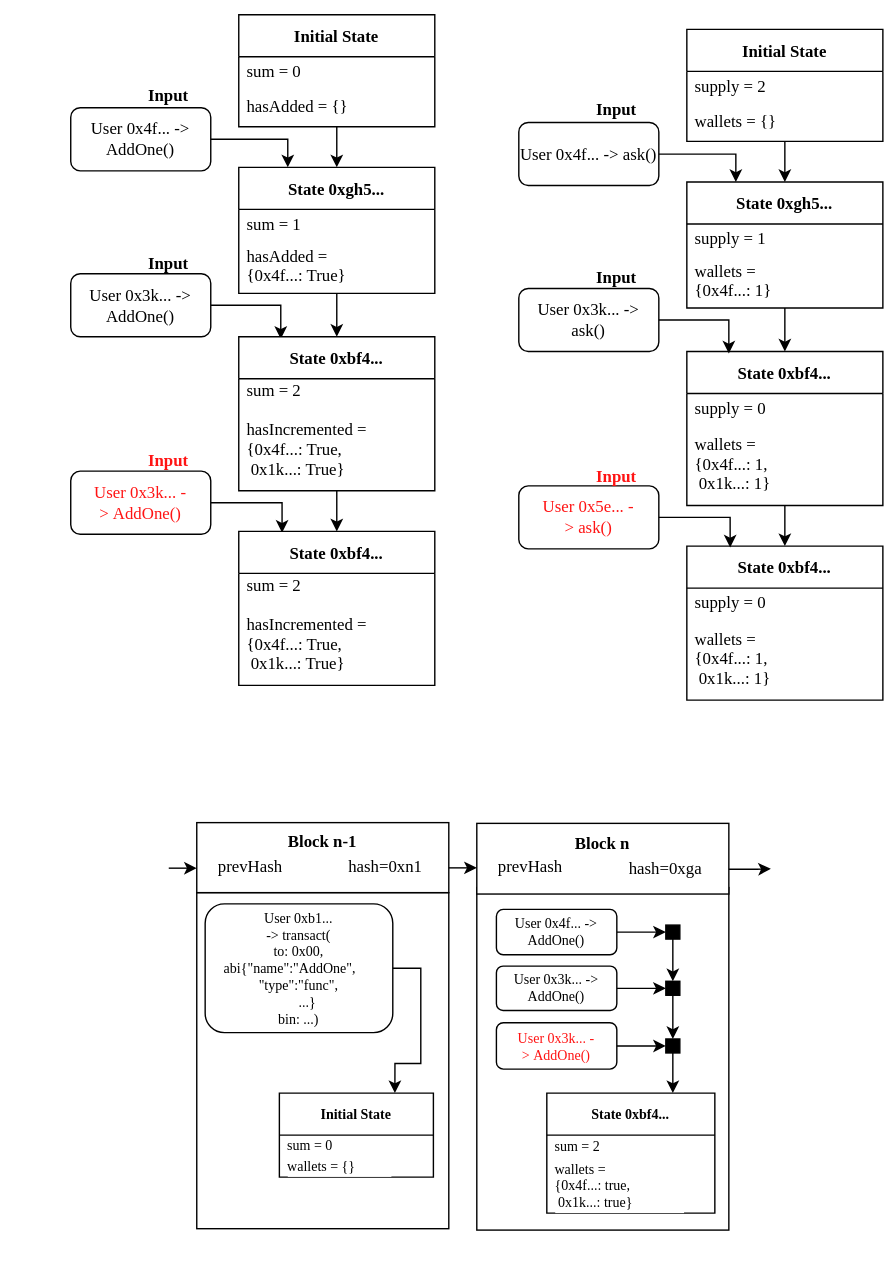
Above: Untitled Diagram.drawio.svg in teksander/drawings (draw.io), before the change. Source tidied: cells renumbered, new cells last; positions are measured from the earlier drawing's top-left corner, leaving out a move shared by most shapes.
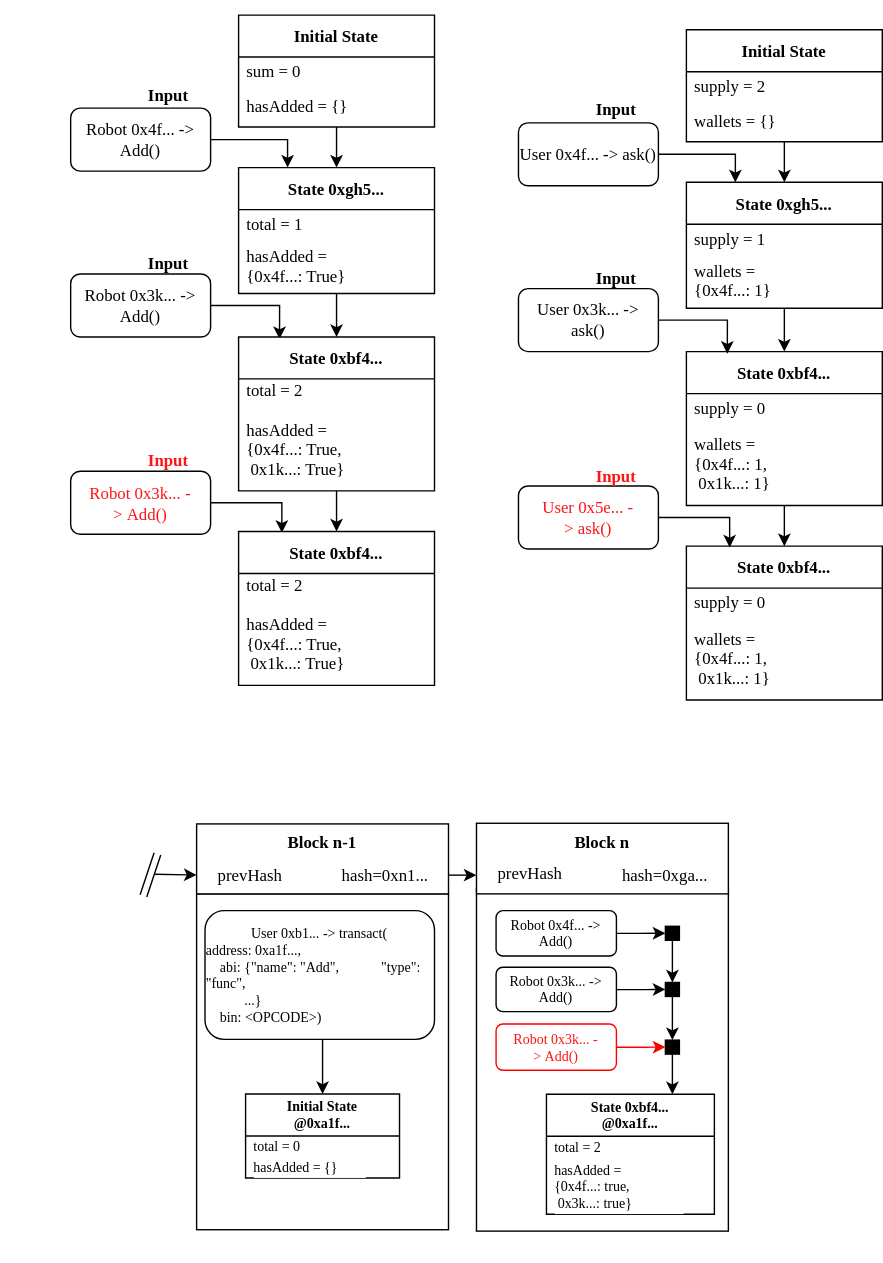
Above is the later version.

Change to the diagram source:
```diff
@@ -5,3 +5,3 @@
     <mxCell id="2" style="group;" parent="1" vertex="1">
-      <mxGeometry width="630" height="520" as="geometry" />
+      <mxGeometry y="-1" width="630" height="520" as="geometry" />
     </mxCell>
@@ -10,3 +10,3 @@
     </mxCell>
-    <mxCell id="4" value="User 0x4f... -&amp;gt; AddOne()" style="whiteSpace=wrap;html=1;rounded=1;sketch=0;glass=0;fontFamily=Lucida Console;" parent="2" vertex="1">
+    <mxCell id="4" value="Robot 0x4f... -&amp;gt; Add()" style="whiteSpace=wrap;html=1;rounded=1;sketch=0;glass=0;fontFamily=Lucida Console;" parent="2" vertex="1">
       <mxGeometry x="50" y="76.5" width="100" height="45" as="geometry" />
@@ -21,3 +21,3 @@
     </mxCell>
-    <mxCell id="6" value="User 0x3k... -&amp;gt; AddOne()" style="whiteSpace=wrap;html=1;rounded=1;sketch=0;glass=0;fontFamily=Lucida Console;" parent="2" vertex="1">
+    <mxCell id="6" value="Robot 0x3k... -&amp;gt; Add()" style="whiteSpace=wrap;html=1;rounded=1;sketch=0;glass=0;fontFamily=Lucida Console;" parent="2" vertex="1">
       <mxGeometry x="50" y="195" width="100" height="45" as="geometry" />
@@ -27,3 +27,3 @@
     </mxCell>
-    <mxCell id="8" value="&lt;font color=&quot;#ff1414&quot;&gt;User 0x3k... -&amp;gt;&amp;nbsp;AddOne()&lt;/font&gt;" style="whiteSpace=wrap;html=1;rounded=1;sketch=0;glass=0;fontFamily=Lucida Console;" parent="2" vertex="1">
+    <mxCell id="8" value="&lt;font color=&quot;#ff1414&quot;&gt;Robot 0x3k... -&amp;gt;&amp;nbsp;Add()&lt;/font&gt;" style="whiteSpace=wrap;html=1;rounded=1;sketch=0;glass=0;fontFamily=Lucida Console;" parent="2" vertex="1">
       <mxGeometry x="50" y="336" width="100" height="45" as="geometry" />
@@ -57,3 +57,3 @@
     </mxCell>
-    <mxCell id="18" value="sum = 1" style="text;strokeColor=none;fillColor=none;align=left;verticalAlign=middle;spacingLeft=4;spacingRight=4;overflow=hidden;fontFamily=Lucida Console;fontColor=#000000;labelBackgroundColor=default;" parent="17" vertex="1">
+    <mxCell id="18" value="total = 1" style="text;strokeColor=none;fillColor=none;align=left;verticalAlign=middle;spacingLeft=4;spacingRight=4;overflow=hidden;fontFamily=Lucida Console;fontColor=#000000;labelBackgroundColor=default;" parent="17" vertex="1">
       <mxGeometry y="30" width="140" height="20" as="geometry" />
@@ -66,6 +66,6 @@
     </mxCell>
-    <mxCell id="21" value="sum = 2&#10;" style="text;strokeColor=none;fillColor=none;align=left;verticalAlign=middle;spacingLeft=4;spacingRight=4;overflow=hidden;fontFamily=Lucida Console;fontColor=#000000;labelBackgroundColor=default;" parent="20" vertex="1">
+    <mxCell id="21" value="total = 2&#10;" style="text;strokeColor=none;fillColor=none;align=left;verticalAlign=middle;spacingLeft=4;spacingRight=4;overflow=hidden;fontFamily=Lucida Console;fontColor=#000000;labelBackgroundColor=default;" parent="20" vertex="1">
       <mxGeometry y="30" width="140" height="20" as="geometry" />
     </mxCell>
-    <mxCell id="22" value="hasIncremented = &#10;{0x4f...: True, &#10; 0x1k...: True}" style="text;strokeColor=none;fillColor=none;align=left;verticalAlign=middle;spacingLeft=4;spacingRight=4;overflow=hidden;fontFamily=Lucida Console;fontColor=#000000;labelBackgroundColor=default;" parent="20" vertex="1">
+    <mxCell id="22" value="hasAdded = &#10;{0x4f...: True, &#10; 0x1k...: True}" style="text;strokeColor=none;fillColor=none;align=left;verticalAlign=middle;spacingLeft=4;spacingRight=4;overflow=hidden;fontFamily=Lucida Console;fontColor=#000000;labelBackgroundColor=default;" parent="20" vertex="1">
       <mxGeometry y="50" width="140" height="60" as="geometry" />
@@ -78,6 +78,6 @@
     </mxCell>
-    <mxCell id="25" value="sum = 2&#10;" style="text;strokeColor=none;fillColor=none;align=left;verticalAlign=middle;spacingLeft=4;spacingRight=4;overflow=hidden;fontFamily=Lucida Console;fontColor=#000000;labelBackgroundColor=default;" parent="24" vertex="1">
+    <mxCell id="25" value="total = 2&#10;" style="text;strokeColor=none;fillColor=none;align=left;verticalAlign=middle;spacingLeft=4;spacingRight=4;overflow=hidden;fontFamily=Lucida Console;fontColor=#000000;labelBackgroundColor=default;" parent="24" vertex="1">
       <mxGeometry y="30" width="140" height="20" as="geometry" />
     </mxCell>
-    <mxCell id="26" value="hasIncremented = &#10;{0x4f...: True, &#10; 0x1k...: True}" style="text;strokeColor=none;fillColor=none;align=left;verticalAlign=middle;spacingLeft=4;spacingRight=4;overflow=hidden;fontFamily=Lucida Console;fontColor=#000000;labelBackgroundColor=default;" parent="24" vertex="1">
+    <mxCell id="26" value="hasAdded = &#10;{0x4f...: True, &#10; 0x1k...: True}" style="text;strokeColor=none;fillColor=none;align=left;verticalAlign=middle;spacingLeft=4;spacingRight=4;overflow=hidden;fontFamily=Lucida Console;fontColor=#000000;labelBackgroundColor=default;" parent="24" vertex="1">
       <mxGeometry y="50" width="140" height="60" as="geometry" />
@@ -171,10 +171,22 @@
     <mxCell id="54" value="prevHash&amp;nbsp;" style="text;html=1;strokeColor=none;fillColor=none;align=center;verticalAlign=middle;whiteSpace=wrap;rounded=0;labelBackgroundColor=default;fontFamily=Lucida Console;fontColor=#000000;" parent="51" vertex="1">
-      <mxGeometry y="60" width="80" height="23" as="geometry" />
+      <mxGeometry y="65" width="80" height="23" as="geometry" />
     </mxCell>
-    <mxCell id="55" value="hash=0xn1" style="text;html=1;strokeColor=none;fillColor=none;align=center;verticalAlign=middle;whiteSpace=wrap;rounded=0;labelBackgroundColor=default;fontFamily=Lucida Console;fontColor=#000000;" parent="51" vertex="1">
-      <mxGeometry x="90" y="63.3" width="90" height="16.4" as="geometry" />
+    <mxCell id="55" value="hash=0xn1..." style="text;html=1;strokeColor=none;fillColor=none;align=center;verticalAlign=middle;whiteSpace=wrap;rounded=0;labelBackgroundColor=default;fontFamily=Lucida Console;fontColor=#000000;" parent="51" vertex="1">
+      <mxGeometry x="90" y="68.3" width="90" height="16.4" as="geometry" />
     </mxCell>
+    <mxCell id="83" style="edgeStyle=orthogonalEdgeStyle;rounded=0;jettySize=auto;html=1;exitX=0.5;exitY=1;exitDx=0;exitDy=0;entryX=0.5;entryY=0;entryDx=0;entryDy=0;strokeColor=#000000;" parent="51" edge="1" source="56" target="77">
+      <mxGeometry relative="1" as="geometry" />
+    </mxCell>
-    <mxCell id="56" value="User 0xb1... &lt;br style=&quot;font-size: 10px;&quot;&gt;&lt;div style=&quot;font-size: 10px;&quot;&gt;&lt;span style=&quot;background-color: initial; font-size: 10px;&quot;&gt;-&amp;gt; transact(&lt;/span&gt;&lt;/div&gt;&lt;div style=&quot;font-size: 10px;&quot;&gt;&lt;span style=&quot;background-color: initial; font-size: 10px;&quot;&gt;to: 0x00,&lt;/span&gt;&lt;/div&gt;&lt;div style=&quot;font-size: 10px;&quot;&gt;&lt;span style=&quot;background-color: initial; font-size: 10px;&quot;&gt;abi{&quot;name&quot;:&quot;AddOne&quot;,&amp;nbsp; &amp;nbsp; &amp;nbsp; &quot;type&quot;:&quot;func&quot;,&lt;/span&gt;&lt;/div&gt;&lt;div style=&quot;font-size: 10px;&quot;&gt;&lt;span style=&quot;background-color: initial; font-size: 10px;&quot;&gt;&amp;nbsp; &amp;nbsp; &amp;nbsp;...}&lt;/span&gt;&lt;/div&gt;&lt;div style=&quot;font-size: 10px;&quot;&gt;&lt;span style=&quot;background-color: initial; font-size: 10px;&quot;&gt;bin: ...)&lt;/span&gt;&lt;/div&gt;" style="whiteSpace=wrap;html=1;rounded=1;sketch=0;glass=0;fontFamily=Lucida Console;fontSize=10;align=center;" parent="51" vertex="1">
-      <mxGeometry x="6" y="98" width="134" height="92" as="geometry" />
+    <mxCell id="56" value="User 0xb1...&amp;nbsp;&lt;span style=&quot;background-color: initial;&quot;&gt;-&amp;gt; transact(&lt;/span&gt;&lt;br&gt;&lt;div style=&quot;text-align: left; font-size: 10px;&quot;&gt;&lt;span style=&quot;background-color: initial; font-size: 10px;&quot;&gt;address: 0xa1f...,&lt;/span&gt;&lt;/div&gt;&lt;div style=&quot;text-align: left; font-size: 10px;&quot;&gt;&lt;span style=&quot;background-color: initial; font-size: 10px;&quot;&gt;&amp;nbsp; &amp;nbsp; abi: {&quot;name&quot;: &quot;Add&quot;,&amp;nbsp; &amp;nbsp; &amp;nbsp; &amp;nbsp; &amp;nbsp; &amp;nbsp; &quot;type&quot;: &quot;func&quot;,&lt;/span&gt;&lt;/div&gt;&lt;div style=&quot;text-align: left; font-size: 10px;&quot;&gt;&lt;span style=&quot;background-color: initial; font-size: 10px;&quot;&gt;&amp;nbsp; &amp;nbsp; &amp;nbsp; &amp;nbsp; &amp;nbsp; &amp;nbsp;...}&lt;/span&gt;&lt;/div&gt;&lt;div style=&quot;text-align: left; font-size: 10px;&quot;&gt;&lt;span style=&quot;background-color: initial; font-size: 10px;&quot;&gt;&amp;nbsp; &amp;nbsp; bin: &amp;lt;OPCODE&amp;gt;&lt;/span&gt;&lt;span style=&quot;background-color: initial;&quot;&gt;)&lt;/span&gt;&lt;/div&gt;" style="whiteSpace=wrap;html=1;rounded=1;sketch=0;glass=0;fontFamily=Lucida Console;fontSize=10;align=center;" parent="51" vertex="1">
+      <mxGeometry x="6" y="102" width="164" height="92" as="geometry" />
     </mxCell>
+    <mxCell id="77" value="Initial State&#10;@0xa1f..." style="swimlane;fontStyle=1;horizontal=1;startSize=30;fontFamily=Lucida Console;fontColor=#000000;labelBackgroundColor=default;fontSize=10;" parent="51" vertex="1">
+      <mxGeometry x="35" y="233" width="110" height="60" as="geometry" />
+    </mxCell>
+    <mxCell id="78" value="total = 0" style="text;strokeColor=none;fillColor=none;align=left;verticalAlign=middle;spacingLeft=4;spacingRight=4;overflow=hidden;fontFamily=Lucida Console;fontColor=#000000;labelBackgroundColor=default;fontSize=10;" parent="77" vertex="1">
+      <mxGeometry y="30" width="110" height="14.8" as="geometry" />
+    </mxCell>
+    <mxCell id="79" value="hasAdded = {}" style="text;strokeColor=none;fillColor=none;align=left;verticalAlign=middle;spacingLeft=4;spacingRight=4;overflow=hidden;fontFamily=Lucida Console;fontColor=#000000;labelBackgroundColor=default;fontSize=10;" parent="77" vertex="1">
+      <mxGeometry y="44.8" width="110" height="15.2" as="geometry" />
+    </mxCell>
     <mxCell id="57" style="group;fontColor=#000000;" parent="1" vertex="1">
@@ -186,10 +198,7 @@
     <mxCell id="59" value="&lt;b&gt;Block n&lt;br&gt;&lt;/b&gt;" style="rounded=0;whiteSpace=wrap;html=1;labelBackgroundColor=default;fontFamily=Lucida Console;fontColor=#000000;verticalAlign=top;" parent="57" vertex="1">
-      <mxGeometry y="19.5" width="180" height="50.5" as="geometry" />
+      <mxGeometry y="18.5" width="180" height="50.5" as="geometry" />
     </mxCell>
     <mxCell id="60" value="prevHash&amp;nbsp;" style="text;html=1;strokeColor=none;fillColor=none;align=center;verticalAlign=middle;whiteSpace=wrap;rounded=0;labelBackgroundColor=default;fontFamily=Lucida Console;fontColor=#000000;" parent="57" vertex="1">
-      <mxGeometry y="38.2" width="80" height="26.2" as="geometry" />
+      <mxGeometry y="42.2" width="80" height="26.2" as="geometry" />
     </mxCell>
-    <mxCell id="61" value="hash=0xga" style="text;html=1;strokeColor=none;fillColor=none;align=center;verticalAlign=middle;whiteSpace=wrap;rounded=0;labelBackgroundColor=default;fontFamily=Lucida Console;fontColor=#000000;" parent="57" vertex="1">
-      <mxGeometry x="90" y="39.2" width="90" height="26.2" as="geometry" />
-    </mxCell>
     <mxCell id="62" style="edgeStyle=orthogonalEdgeStyle;rounded=0;jettySize=auto;html=1;labelBackgroundColor=default;fontFamily=Lucida Console;fontSize=10;fontColor=#000000;entryX=0;entryY=0.5;entryDx=0;entryDy=0;" parent="57" edge="1" source="63" target="71">
@@ -197,3 +206,3 @@
     </mxCell>
-    <mxCell id="63" value="User 0x4f... -&amp;gt; AddOne()" style="whiteSpace=wrap;html=1;rounded=1;sketch=0;glass=0;fontFamily=Lucida Console;fontSize=10;" parent="57" vertex="1">
+    <mxCell id="63" value="Robot 0x4f... -&amp;gt; Add()" style="whiteSpace=wrap;html=1;rounded=1;sketch=0;glass=0;fontFamily=Lucida Console;fontSize=10;" parent="57" vertex="1">
       <mxGeometry x="14" y="81" width="86" height="32.4" as="geometry" />
@@ -203,15 +212,15 @@
     </mxCell>
-    <mxCell id="65" value="User 0x3k... -&amp;gt; AddOne()" style="whiteSpace=wrap;html=1;rounded=1;sketch=0;glass=0;fontFamily=Lucida Console;fontSize=10;" parent="57" vertex="1">
+    <mxCell id="65" value="Robot 0x3k... -&amp;gt; Add()" style="whiteSpace=wrap;html=1;rounded=1;sketch=0;glass=0;fontFamily=Lucida Console;fontSize=10;" parent="57" vertex="1">
       <mxGeometry x="14" y="121.5" width="86" height="31.7" as="geometry" />
     </mxCell>
-    <mxCell id="66" value="&lt;font color=&quot;#ff1414&quot; style=&quot;font-size: 10px;&quot;&gt;User 0x3k... -&amp;gt;&amp;nbsp;AddOne()&lt;/font&gt;" style="whiteSpace=wrap;html=1;rounded=1;sketch=0;glass=0;fontFamily=Lucida Console;fontSize=10;" parent="57" vertex="1">
+    <mxCell id="66" value="&lt;font color=&quot;#ff1414&quot; style=&quot;font-size: 10px;&quot;&gt;Robot 0x3k... -&amp;gt;&amp;nbsp;Add()&lt;/font&gt;" style="whiteSpace=wrap;html=1;rounded=1;sketch=0;glass=0;fontFamily=Lucida Console;fontSize=10;strokeColor=#FF0000;" parent="57" vertex="1">
       <mxGeometry x="14" y="162" width="86" height="33.1" as="geometry" />
     </mxCell>
-    <mxCell id="67" value="State 0xbf4..." style="swimlane;fontStyle=1;horizontal=1;startSize=30;fontFamily=Lucida Console;fontColor=#000000;labelBackgroundColor=default;fontSize=10;" parent="57" vertex="1">
+    <mxCell id="67" value="State 0xbf4...&#10;@0xa1f..." style="swimlane;fontStyle=1;horizontal=1;startSize=30;fontFamily=Lucida Console;fontColor=#000000;labelBackgroundColor=default;fontSize=10;" parent="57" vertex="1">
       <mxGeometry x="50" y="212.2" width="120" height="85.7" as="geometry" />
     </mxCell>
-    <mxCell id="68" value="sum = 2" style="text;strokeColor=none;fillColor=none;align=left;verticalAlign=middle;spacingLeft=4;spacingRight=4;overflow=hidden;fontFamily=Lucida Console;fontColor=#000000;labelBackgroundColor=default;fontSize=10;" parent="67" vertex="1">
+    <mxCell id="68" value="total = 2" style="text;strokeColor=none;fillColor=none;align=left;verticalAlign=middle;spacingLeft=4;spacingRight=4;overflow=hidden;fontFamily=Lucida Console;fontColor=#000000;labelBackgroundColor=default;fontSize=10;" parent="67" vertex="1">
       <mxGeometry y="30" width="120" height="16.2" as="geometry" />
     </mxCell>
-    <mxCell id="69" value="wallets = &#10;{0x4f...: true, &#10; 0x1k...: true}" style="text;strokeColor=none;fillColor=none;align=left;verticalAlign=middle;spacingLeft=4;spacingRight=4;overflow=hidden;fontFamily=Lucida Console;fontColor=#000000;labelBackgroundColor=default;fontSize=10;" parent="67" vertex="1">
+    <mxCell id="69" value="hasAdded = &#10;{0x4f...: true, &#10; 0x3k...: true}" style="text;strokeColor=none;fillColor=none;align=left;verticalAlign=middle;spacingLeft=4;spacingRight=4;overflow=hidden;fontFamily=Lucida Console;fontColor=#000000;labelBackgroundColor=default;fontSize=10;" parent="67" vertex="1">
       <mxGeometry y="46.2" width="120" height="39.5" as="geometry" />
@@ -236,25 +245,14 @@
     </mxCell>
-    <mxCell id="76" style="edgeStyle=orthogonalEdgeStyle;rounded=0;jettySize=auto;html=1;entryX=0;entryY=0.5;entryDx=0;entryDy=0;labelBackgroundColor=default;strokeColor=default;fontFamily=Lucida Console;fontSize=10;fontColor=#000000;" parent="57" edge="1" source="66" target="73">
+    <mxCell id="76" style="edgeStyle=orthogonalEdgeStyle;rounded=0;jettySize=auto;html=1;entryX=0;entryY=0.5;entryDx=0;entryDy=0;labelBackgroundColor=default;strokeColor=#FF0000;fontFamily=Lucida Console;fontSize=10;fontColor=#000000;" parent="57" edge="1" source="66" target="73">
       <mxGeometry relative="1" as="geometry" />
     </mxCell>
-    <mxCell id="77" value="Initial State" style="swimlane;fontStyle=1;horizontal=1;startSize=30;fontFamily=Lucida Console;fontColor=#000000;labelBackgroundColor=default;fontSize=10;" parent="57" vertex="1">
-      <mxGeometry x="-141" y="212.2" width="110" height="60" as="geometry" />
-    </mxCell>
-    <mxCell id="78" value="sum = 0" style="text;strokeColor=none;fillColor=none;align=left;verticalAlign=middle;spacingLeft=4;spacingRight=4;overflow=hidden;fontFamily=Lucida Console;fontColor=#000000;labelBackgroundColor=default;fontSize=10;" parent="77" vertex="1">
-      <mxGeometry y="30" width="110" height="14.8" as="geometry" />
-    </mxCell>
-    <mxCell id="79" value="wallets = {}" style="text;strokeColor=none;fillColor=none;align=left;verticalAlign=middle;spacingLeft=4;spacingRight=4;overflow=hidden;fontFamily=Lucida Console;fontColor=#000000;labelBackgroundColor=default;fontSize=10;" parent="77" vertex="1">
-      <mxGeometry y="44.8" width="110" height="15.2" as="geometry" />
-    </mxCell>
-    <mxCell id="80" style="edgeStyle=orthogonalEdgeStyle;rounded=0;jettySize=auto;html=1;labelBackgroundColor=default;strokeColor=default;fontFamily=Lucida Console;fontSize=10;fontColor=#000000;" parent="1" edge="1" source="61">
-      <mxGeometry relative="1" as="geometry">
-        <mxPoint x="550" y="620" as="targetPoint" />
-      </mxGeometry>
-    </mxCell>
+    <mxCell id="84" style="edgeStyle=orthogonalEdgeStyle;shape=link;rounded=0;orthogonalLoop=1;jettySize=auto;html=1;strokeColor=#000000;entryX=0;entryY=0.5;entryDx=0;entryDy=0;exitX=0;exitY=0.5;exitDx=0;exitDy=0;" parent="57" edge="1" source="60" target="60">
+      <mxGeometry relative="1" as="geometry" />
+    </mxCell>
-    <mxCell id="81" style="edgeStyle=orthogonalEdgeStyle;rounded=0;jettySize=auto;html=1;labelBackgroundColor=default;strokeColor=default;fontFamily=Lucida Console;fontSize=10;fontColor=#000000;" parent="1" edge="1" target="54">
+    <mxCell id="81" style="edgeStyle=orthogonalEdgeStyle;rounded=0;jettySize=auto;html=1;labelBackgroundColor=default;strokeColor=default;fontFamily=Lucida Console;fontSize=10;fontColor=#000000;entryX=0;entryY=0.5;entryDx=0;entryDy=0;" parent="1" edge="1" target="54">
       <mxGeometry relative="1" as="geometry">
-        <mxPoint x="120" y="619.5" as="sourcePoint" />
+        <mxPoint x="110" y="623" as="sourcePoint" />
         <Array as="points">
-          <mxPoint x="140" y="619" />
-          <mxPoint x="140" y="619" />
+          <mxPoint x="110" y="623" />
+          <mxPoint x="110" y="623" />
         </Array>
@@ -262,18 +260,14 @@
     </mxCell>
+    <mxCell id="61" value="hash=0xga..." style="text;html=1;strokeColor=none;fillColor=none;align=center;verticalAlign=middle;whiteSpace=wrap;rounded=0;labelBackgroundColor=default;fontFamily=Lucida Console;fontColor=#000000;" parent="1" vertex="1">
+      <mxGeometry x="430" y="611.2" width="90" height="26.2" as="geometry" />
+    </mxCell>
+    <mxCell id="85" style="edgeStyle=none;orthogonalLoop=1;jettySize=auto;html=1;rounded=0;strokeColor=#000000;shape=link;width=-5;" parent="1" edge="1">
+      <mxGeometry relative="1" as="geometry">
+        <mxPoint x="112" y="608.4" as="sourcePoint" />
+        <mxPoint x="102" y="638.4" as="targetPoint" />
+      </mxGeometry>
+    </mxCell>
-    <mxCell id="82" style="edgeStyle=orthogonalEdgeStyle;rounded=0;jettySize=auto;html=1;labelBackgroundColor=default;strokeColor=default;fontFamily=Lucida Console;fontSize=10;fontColor=#000000;entryX=0;entryY=0.5;entryDx=0;entryDy=0;" parent="1" edge="1" source="55" target="60">
-      <mxGeometry relative="1" as="geometry">
-        <Array as="points">
-          <mxPoint x="340" y="619" />
-        </Array>
-      </mxGeometry>
+    <mxCell id="82" style="edgeStyle=orthogonalEdgeStyle;rounded=0;jettySize=auto;html=1;entryX=0.002;entryY=0.544;entryDx=0;entryDy=0;entryPerimeter=0;strokeColor=#000000;" parent="1" edge="1" source="55" target="60">
+      <mxGeometry relative="1" as="geometry" />
     </mxCell>
-    <mxCell id="83" style="edgeStyle=orthogonalEdgeStyle;rounded=0;jettySize=auto;html=1;exitX=1;exitY=0.5;exitDx=0;exitDy=0;entryX=0.75;entryY=0;entryDx=0;entryDy=0;labelBackgroundColor=default;strokeColor=default;fontFamily=Lucida Console;fontSize=10;fontColor=#000000;" parent="1" edge="1" source="56" target="77">
-      <mxGeometry relative="1" as="geometry">
-        <Array as="points">
-          <mxPoint x="300" y="691" />
-          <mxPoint x="300" y="759" />
-          <mxPoint x="282" y="759" />
-        </Array>
-      </mxGeometry>
-    </mxCell>
   </root>
```
